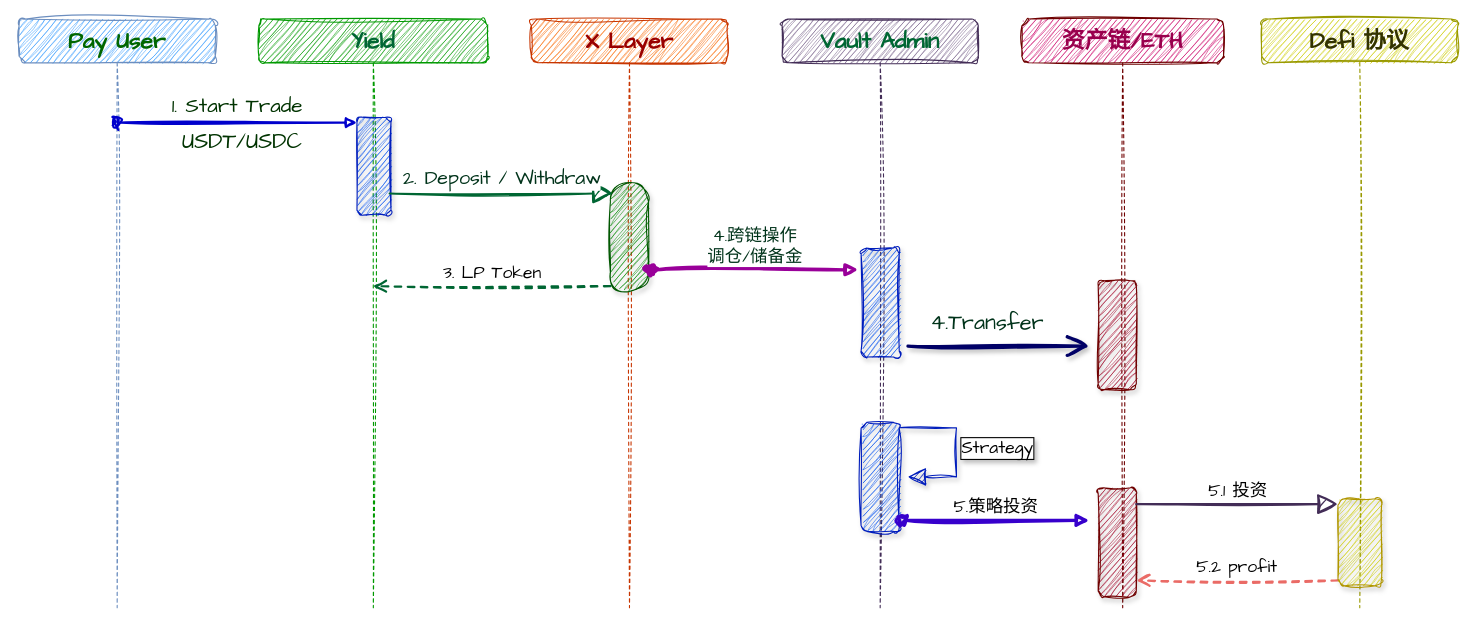
This is 自研vault-基本流程.drawio from z7658329/my-utils, a draw.io file, before an edit. Source tidied: cells renumbered, new cells numbered last; positions are measured from the earlier drawing's top-left corner, leaving out a move shared by most shapes. Both pictures are drawn from the tidied source at 109%, with x=0, y=0 at pixel (19, 19).
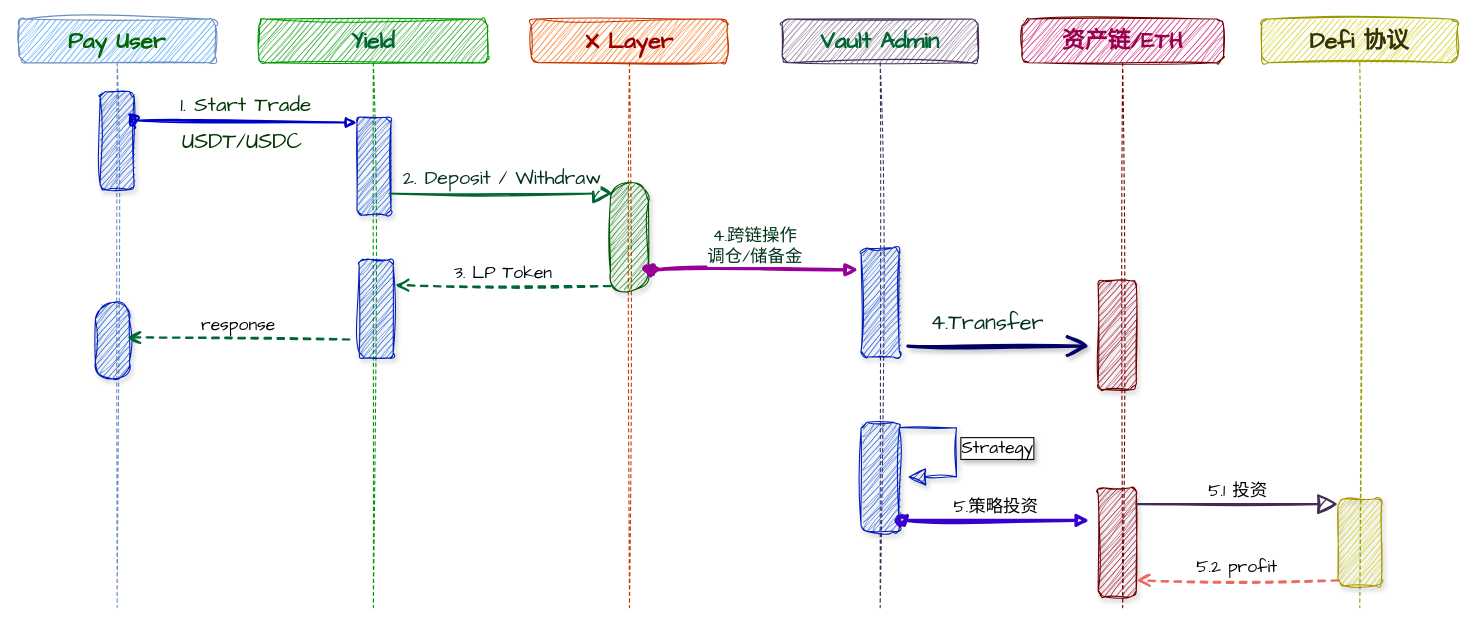
Above is the later version.

Commit message:
更新自研vault-基本流程.drawio

The change refers to these unchanged cells:
```xml
<mxCell id="2" value="&lt;font style=&quot;color: rgb(0, 102, 0);&quot;&gt;Pay User&lt;/font&gt;" style="shape=umlLifeline;perimeter=lifelinePerimeter;whiteSpace=wrap;html=1;outlineConnect=0;portConstraint=eastwest;newEdgeStyle={&quot;curved&quot;:0,&quot;rounded&quot;:0};fontFamily=Comic Sans MS;sketch=1;curveFitting=1;jiggle=2;rounded=1;fillColor=#3399FF;strokeColor=#6c8ebf;fontSize=21;fontStyle=1;" parent="1" vertex="1">
  <mxGeometry width="180" height="540" as="geometry" />
</mxCell>
<mxCell id="3" value="&lt;font style=&quot;color: rgb(0, 102, 51);&quot;&gt;Yield&lt;/font&gt;" style="shape=umlLifeline;perimeter=lifelinePerimeter;whiteSpace=wrap;html=1;outlineConnect=0;portConstraint=eastwest;newEdgeStyle={&quot;curved&quot;:0,&quot;rounded&quot;:0};fontFamily=Comic Sans MS;sketch=1;curveFitting=1;jiggle=2;rounded=1;fillColor=#009900;strokeColor=#009900;fontSize=21;fontStyle=1;" parent="1" vertex="1">
  <mxGeometry x="220" width="210" height="540" as="geometry" />
</mxCell>
<mxCell id="4" style="html=1;points=[[0,0,0,0,5],[0,1,0,0,-5],[1,0,0,0,5],[1,1,0,0,-5]];perimeter=orthogonalPerimeter;outlineConnect=0;targetShapes=umlLifeline;portConstraint=eastwest;newEdgeStyle={&quot;curved&quot;:0,&quot;rounded&quot;:0};fontFamily=Architects Daughter;fillColor=#0050ef;strokeColor=#001DBC;fontColor=#ffffff;sketch=1;curveFitting=1;jiggle=2;rounded=1;shadow=1;" parent="3" vertex="1">
  <mxGeometry x="90" y="90" width="31.2" height="90" as="geometry" />
</mxCell>
<mxCell id="7" style="html=1;points=[[0,0,0,0,5],[0,1,0,0,-5],[1,0,0,0,5],[1,1,0,0,-5]];perimeter=orthogonalPerimeter;outlineConnect=0;targetShapes=umlLifeline;portConstraint=eastwest;newEdgeStyle={&quot;curved&quot;:0,&quot;rounded&quot;:0};fontFamily=Architects Daughter;fillColor=#008a00;fontColor=#ffffff;strokeColor=#005700;sketch=1;curveFitting=1;jiggle=2;shadow=1;rounded=1;arcSize=50;labelBackgroundColor=none;textShadow=1;glass=0;" parent="6" vertex="1">
  <mxGeometry x="72.5" y="150" width="35" height="100" as="geometry" />
</mxCell>
```

Change to the diagram source:
```diff
@@
+    <mxCell id="26" style="html=1;perimeter=orthogonalPerimeter;targetShapes=umlLifeline;newEdgeStyle={&quot;curved&quot;:0,&quot;rounded&quot;:0};fontFamily=Architects Daughter;fillColor=#0050ef;strokeColor=#001DBC;fontColor=#ffffff;sketch=1;curveFitting=1;jiggle=2;rounded=1;shadow=1;" parent="2" vertex="1">
+      <mxGeometry x="74.4" y="66.5" width="31.2" height="90" as="geometry" />
+    </mxCell>
+    <mxCell id="27" style="html=1;perimeter=orthogonalPerimeter;targetShapes=umlLifeline;newEdgeStyle={&quot;curved&quot;:0,&quot;rounded&quot;:0};fontFamily=Architects Daughter;fillColor=#0050ef;strokeColor=#001DBC;fontColor=#ffffff;sketch=1;curveFitting=1;jiggle=2;rounded=1;shadow=1;arcSize=49;" parent="2" vertex="1">
+      <mxGeometry x="70" y="260" width="31.2" height="70" as="geometry" />
+    </mxCell>
@@
+    <mxCell id="28" style="html=1;points=[[0,0,0,0,5],[0,1,0,0,-5],[1,0,0,0,5],[1,1,0,0,-5]];perimeter=orthogonalPerimeter;outlineConnect=0;targetShapes=umlLifeline;portConstraint=eastwest;newEdgeStyle={&quot;curved&quot;:0,&quot;rounded&quot;:0};fontFamily=Architects Daughter;fillColor=#0050ef;strokeColor=#001DBC;fontColor=#ffffff;sketch=1;curveFitting=1;jiggle=2;rounded=1;shadow=1;" parent="3" vertex="1">
+      <mxGeometry x="92" y="221" width="31.2" height="90" as="geometry" />
+    </mxCell>
-    <mxCell id="5" value="&lt;font style=&quot;font-size: 19px; color: rgb(0, 51, 0);&quot;&gt;1. Start Trade&lt;/font&gt;" style="html=1;verticalAlign=bottom;startArrow=oval;endArrow=block;startSize=8;curved=0;rounded=0;entryX=0;entryY=0;entryDx=0;entryDy=5;fontFamily=Architects Daughter;fontSize=16;sourcePerimeterSpacing=8;targetPerimeterSpacing=8;strokeColor=#0000CC;strokeWidth=2;sketch=1;curveFitting=1;jiggle=2;" parent="1" edge="1" source="2" target="4">
-      <mxGeometry relative="1" as="geometry" />
+    <mxCell id="5" value="&lt;font style=&quot;font-size: 19px; color: rgb(0, 51, 0);&quot;&gt;1. Start Trade&lt;/font&gt;" style="html=1;verticalAlign=bottom;startArrow=oval;endArrow=block;startSize=8;curved=0;rounded=0;entryX=0;entryY=0;entryDx=0;entryDy=5;fontFamily=Architects Daughter;fontSize=16;sourcePerimeterSpacing=8;targetPerimeterSpacing=8;strokeColor=#0000CC;strokeWidth=2;sketch=1;curveFitting=1;jiggle=2;" parent="1" edge="1" target="4">
+      <mxGeometry relative="1" as="geometry">
+        <mxPoint x="105" y="93" as="sourcePoint" />
+      </mxGeometry>
     </mxCell>
@@
-    <mxCell id="9" value="3. LP Token" style="html=1;verticalAlign=bottom;endArrow=open;dashed=1;endSize=8;curved=0;rounded=1;exitX=0;exitY=1;exitDx=0;exitDy=-5;fontFamily=Architects Daughter;fontSize=16;sourcePerimeterSpacing=8;targetPerimeterSpacing=8;strokeColor=#006633;strokeWidth=2;sketch=1;curveFitting=1;jiggle=2;" parent="1" edge="1" source="7" target="3">
+    <mxCell id="9" value="3. LP Token" style="html=1;verticalAlign=bottom;endArrow=open;dashed=1;endSize=8;curved=0;rounded=1;exitX=0;exitY=1;exitDx=0;exitDy=-5;fontFamily=Architects Daughter;fontSize=16;sourcePerimeterSpacing=8;targetPerimeterSpacing=8;strokeColor=#006633;strokeWidth=2;sketch=1;curveFitting=1;jiggle=2;entryX=1.056;entryY=0.256;entryDx=0;entryDy=0;entryPerimeter=0;" parent="1" edge="1" source="7" target="28">
       <mxGeometry relative="1" as="geometry" />
     </mxCell>
@@
+    <mxCell id="29" value="response" style="html=1;verticalAlign=bottom;endArrow=open;dashed=1;endSize=8;curved=0;rounded=1;exitX=0;exitY=1;exitDx=0;exitDy=-5;fontFamily=Architects Daughter;fontSize=16;sourcePerimeterSpacing=8;targetPerimeterSpacing=8;strokeColor=#006633;strokeWidth=2;sketch=1;curveFitting=1;jiggle=2;entryX=1.056;entryY=0.256;entryDx=0;entryDy=0;entryPerimeter=0;" parent="1" edge="1">
+      <mxGeometry relative="1" as="geometry">
+        <mxPoint x="303" y="294" as="sourcePoint" />
+        <mxPoint x="99" y="292" as="targetPoint" />
+      </mxGeometry>
+    </mxCell>
```
